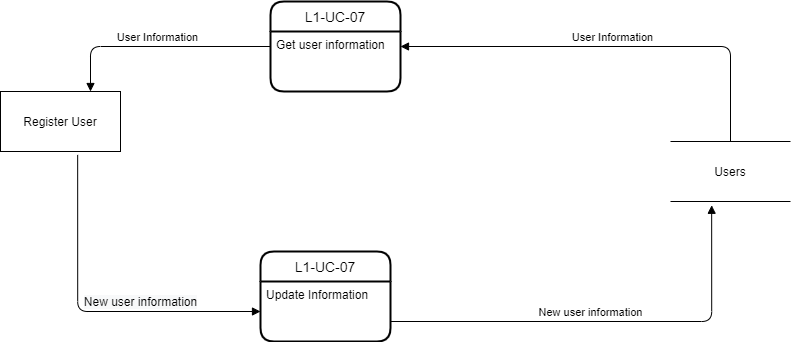
DavidDoanT/Project_DuoLegend keeps this draw.io diagram as Documentation/Diagrams/DFD/Level_2_Update_Info.png. Above is the earlier version. Source tidied: cells renumbered, new cells last; positions are measured from the earlier drawing's top-left corner, leaving out a move shared by most shapes. The source it was exported from:
```xml
<mxGraphModel>
  <root>
    <mxCell id="0" />
    <mxCell id="1" parent="0" />
    <mxCell id="2" value="L1-UC-07" style="swimlane;horizontal=1;startSize=30;rounded=1;fontSize=14;fontStyle=0;strokeWidth=2;shadow=0;dashed=0;align=center;" parent="1" vertex="1">
      <mxGeometry x="270" width="130" height="90" as="geometry" />
    </mxCell>
    <mxCell id="3" value="Get user information" style="align=left;strokeColor=none;fillColor=none;spacingLeft=4;fontSize=12;verticalAlign=top;" parent="2" vertex="1">
      <mxGeometry y="30" width="130" height="60" as="geometry" />
    </mxCell>
    <mxCell id="4" value="Register User" style="rounded=0;whiteSpace=wrap;html=1;" parent="1" vertex="1">
      <mxGeometry y="90" width="120" height="60" as="geometry" />
    </mxCell>
    <mxCell id="5" value="User Information" style="html=1;verticalAlign=bottom;endArrow=block;exitX=0.5;exitY=0;exitDx=0;exitDy=0;entryX=1;entryY=0.25;entryDx=0;entryDy=0;edgeStyle=orthogonalEdgeStyle;" parent="1" edge="1" source="6" target="3">
      <mxGeometry relative="1" as="geometry" />
    </mxCell>
    <mxCell id="6" value="Users" style="shape=partialRectangle;whiteSpace=wrap;html=1;left=0;right=0;fillColor=none;" parent="1" vertex="1">
      <mxGeometry x="670" y="140" width="120" height="60" as="geometry" />
    </mxCell>
    <mxCell id="7" value="L1-UC-07" style="swimlane;horizontal=1;startSize=30;rounded=1;fontSize=14;fontStyle=0;strokeWidth=2;shadow=0;dashed=0;align=center;" parent="1" vertex="1">
      <mxGeometry x="260" y="250" width="130" height="90" as="geometry" />
    </mxCell>
    <mxCell id="8" value="Update Information" style="align=left;strokeColor=none;fillColor=none;spacingLeft=4;fontSize=12;verticalAlign=top;" parent="7" vertex="1">
      <mxGeometry y="30" width="130" height="60" as="geometry" />
    </mxCell>
    <mxCell id="9" value="New user information" style="html=1;verticalAlign=bottom;endArrow=block;exitX=0.343;exitY=1.063;exitDx=0;exitDy=0;edgeStyle=orthogonalEdgeStyle;exitPerimeter=0;entryX=0.343;entryY=1.063;entryDx=0;entryDy=0;entryPerimeter=0;" parent="1" edge="1" target="6">
      <mxGeometry x="-0.09" relative="1" as="geometry">
        <mxPoint x="390" y="320" as="sourcePoint" />
      </mxGeometry>
    </mxCell>
    <mxCell id="10" value="&lt;div style=&quot;text-align: left&quot;&gt;&lt;span style=&quot;font-size: 12px ; background-color: rgb(248 , 249 , 250)&quot;&gt;New user information&lt;/span&gt;&lt;/div&gt;" style="html=1;verticalAlign=bottom;endArrow=block;entryX=0;entryY=0.5;entryDx=0;entryDy=0;exitX=0.643;exitY=1.057;exitDx=0;exitDy=0;edgeStyle=orthogonalEdgeStyle;exitPerimeter=0;" parent="1" edge="1" source="4" target="8">
      <mxGeometry x="0.29" relative="1" as="geometry">
        <Array as="points">
          <mxPoint x="77" y="310" />
        </Array>
      </mxGeometry>
    </mxCell>
    <mxCell id="11" value="User Information" style="html=1;verticalAlign=bottom;endArrow=block;exitX=0;exitY=0.25;exitDx=0;exitDy=0;entryX=0.75;entryY=0;entryDx=0;entryDy=0;edgeStyle=orthogonalEdgeStyle;" parent="1" edge="1" source="3" target="4">
      <mxGeometry relative="1" as="geometry" />
    </mxCell>
  </root>
</mxGraphModel>
```
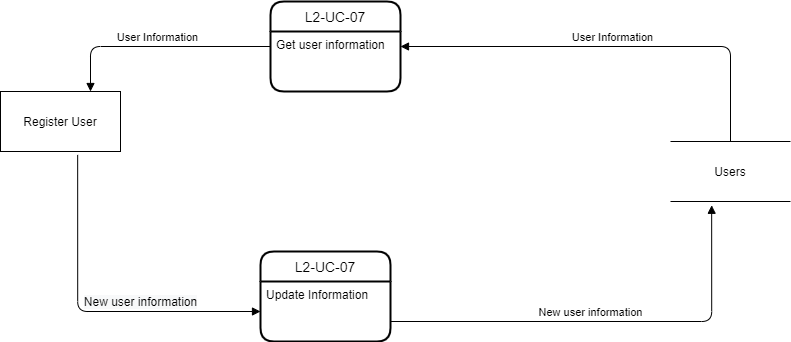
After the change.

What changed in the source:
```diff
@@ -2,7 +2,7 @@
   <root>
     <mxCell id="0" />
     <mxCell id="1" parent="0" />
-    <mxCell id="2" value="L1-UC-07" style="swimlane;horizontal=1;startSize=30;rounded=1;fontSize=14;fontStyle=0;strokeWidth=2;shadow=0;dashed=0;align=center;" parent="1" vertex="1">
+    <mxCell id="2" value="L2-UC-07" style="swimlane;horizontal=1;startSize=30;rounded=1;fontSize=14;fontStyle=0;strokeWidth=2;shadow=0;dashed=0;align=center;" parent="1" vertex="1">
       <mxGeometry x="270" width="130" height="90" as="geometry" />
     </mxCell>
     <mxCell id="3" value="Get user information" style="align=left;strokeColor=none;fillColor=none;spacingLeft=4;fontSize=12;verticalAlign=top;" parent="2" vertex="1">
@@ -17,7 +17,7 @@
     <mxCell id="6" value="Users" style="shape=partialRectangle;whiteSpace=wrap;html=1;left=0;right=0;fillColor=none;" parent="1" vertex="1">
       <mxGeometry x="670" y="140" width="120" height="60" as="geometry" />
     </mxCell>
-    <mxCell id="7" value="L1-UC-07" style="swimlane;horizontal=1;startSize=30;rounded=1;fontSize=14;fontStyle=0;strokeWidth=2;shadow=0;dashed=0;align=center;" parent="1" vertex="1">
+    <mxCell id="7" value="L2-UC-07" style="swimlane;horizontal=1;startSize=30;rounded=1;fontSize=14;fontStyle=0;strokeWidth=2;shadow=0;dashed=0;align=center;" parent="1" vertex="1">
       <mxGeometry x="260" y="250" width="130" height="90" as="geometry" />
     </mxCell>
     <mxCell id="8" value="Update Information" style="align=left;strokeColor=none;fillColor=none;spacingLeft=4;fontSize=12;verticalAlign=top;" parent="7" vertex="1">
```
